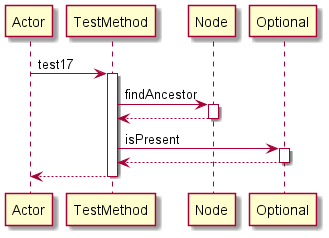
manucapo/Gardener keeps this PlantUML diagram as Diagrams/REFLECTION/test17.png. Above is the earlier version. The source it was exported from:
```plantuml
@startuml
participant Actor
Actor -> TestMethod: test17
activate TestMethod
TestMethod -> Node: findAncestor
activate Node
Node-->TestMethod
deactivate Node
TestMethod -> Optional: isPresent
activate Optional
Optional-->TestMethod
deactivate Optional
return
@enduml
```
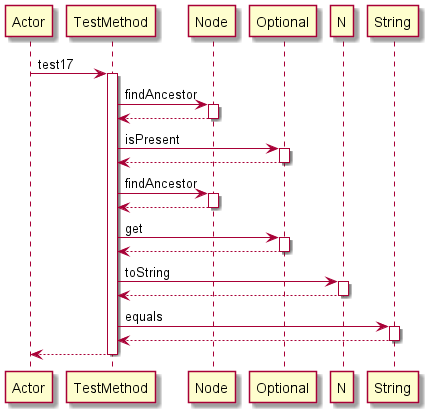
The same diagram one commit later.

What changed in the source:
```diff
@@ -10,5 +10,21 @@
 activate Optional
 Optional-->TestMethod
 deactivate Optional
+TestMethod -> Node: findAncestor
+activate Node
+Node-->TestMethod
+deactivate Node
+TestMethod -> Optional: get
+activate Optional
+Optional-->TestMethod
+deactivate Optional
+TestMethod -> N: toString
+activate N
+N-->TestMethod
+deactivate N
+TestMethod -> String: equals
+activate String
+String-->TestMethod
+deactivate String
 return
 @enduml
```
